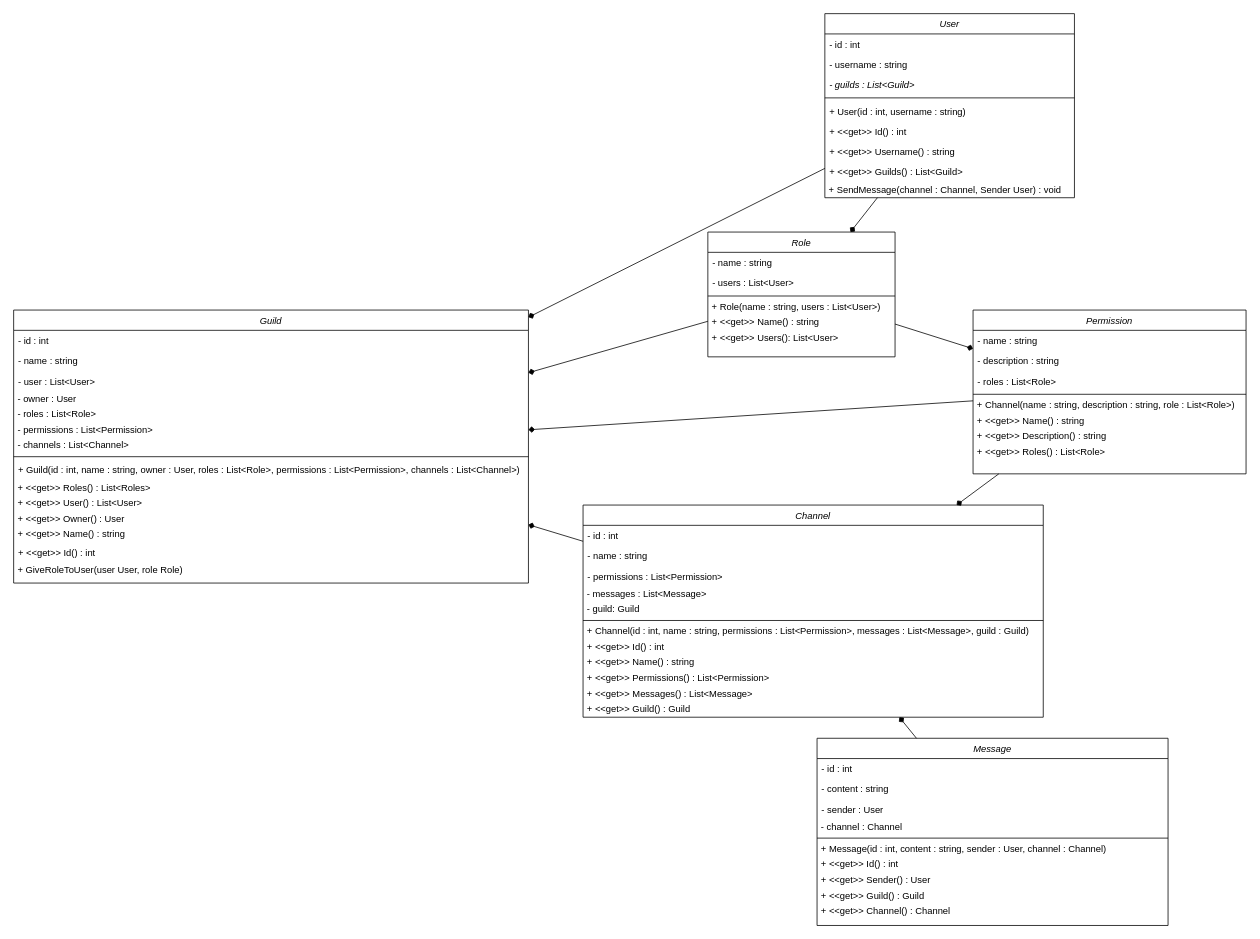
Earlier version of the draw.io diagram Doc/ClassDiagramme.drawio (R0kkxSynetique/Droxid). Source tidied: cells renumbered, new cells numbered last; positions are measured from the earlier drawing's top-left corner, leaving out a move shared by most shapes. Both pictures are drawn from the tidied source at 78%, with x=0, y=0 at pixel (13, 13).
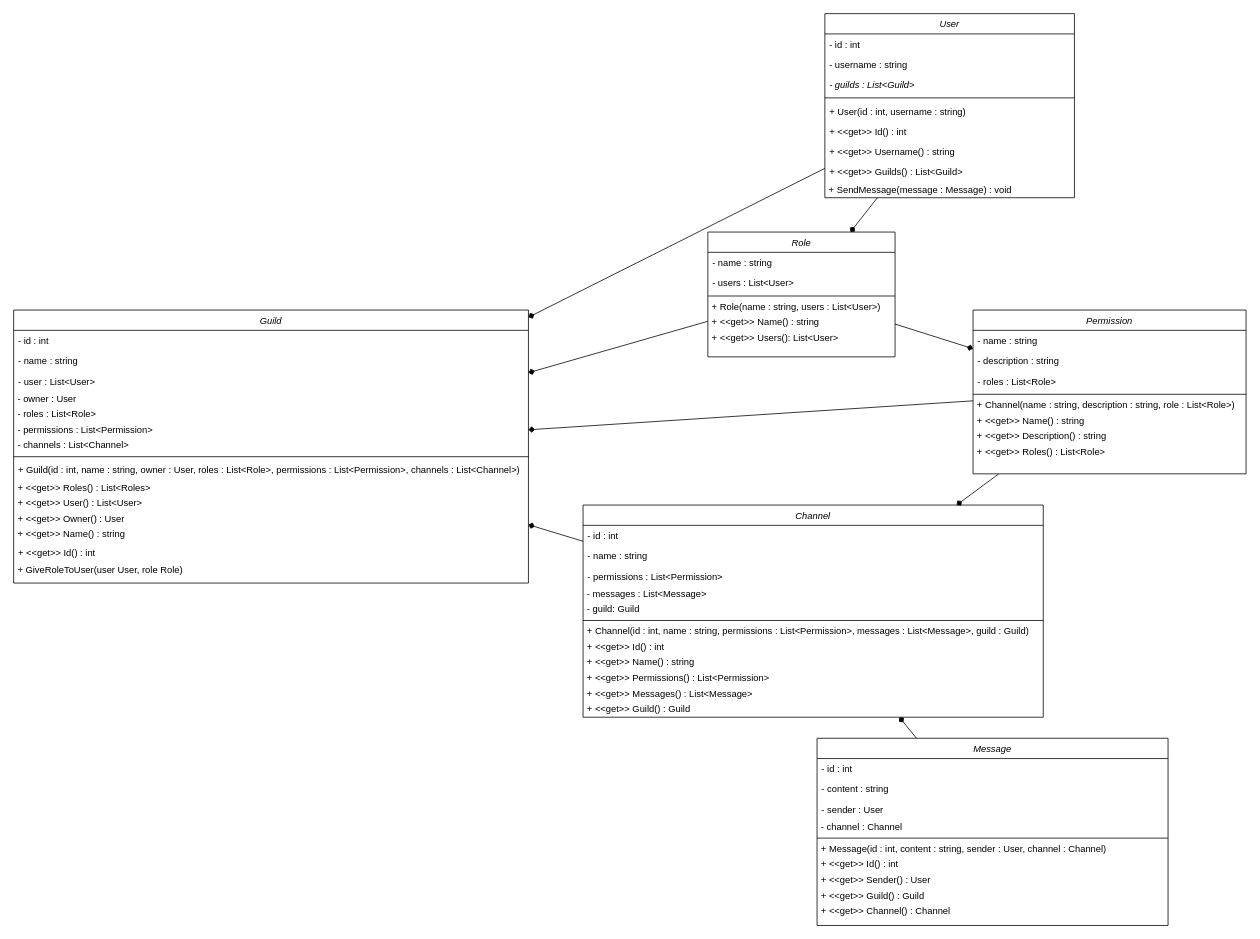
The same page after the edit.

Commit message (it also covers changes not shown here):
update class diagramm

The change refers to these unchanged cells:
```xml
<mxCell id="18" value="User" style="swimlane;fontStyle=2;align=center;verticalAlign=top;horizontal=1;startSize=26;rounded=0;shadow=0;strokeWidth=1;" parent="1" vertex="1">
  <mxGeometry x="1040" width="320" height="236" as="geometry" />
</mxCell>
```

Change to the diagram source:
```diff
@@
-    <mxCell id="27" value="&amp;nbsp;+ SendMessage(channel : Channel, Sender User) : void" style="text;html=1;align=left;verticalAlign=middle;strokeColor=none;" parent="18" vertex="1">
+    <mxCell id="27" value="&amp;nbsp;+ SendMessage(message : Message) : void" style="text;html=1;align=left;verticalAlign=middle;strokeColor=none;" parent="18" vertex="1">
       <mxGeometry y="216" width="320" height="20" as="geometry" />
     </mxCell>
```
